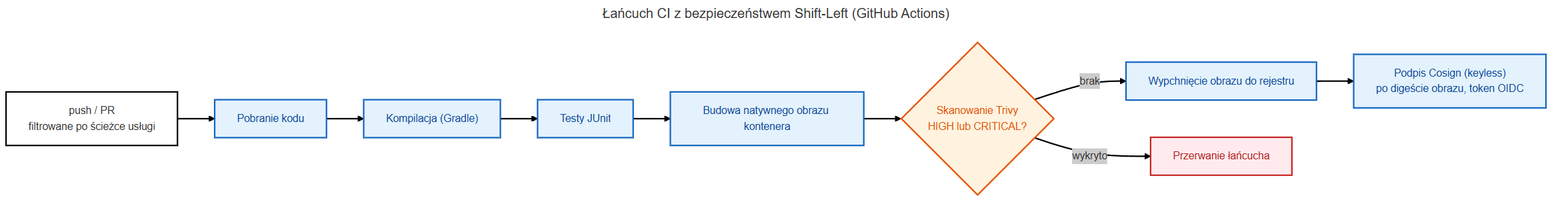
Earlier version of the Mermaid export thesis/img/diagrams/04-build/build-01-ci-pipeline.png (mwas-inz/bsc-devops). Its source is kept beside it as docs/diagrams/04-build/build-01-ci-pipeline.mmd.
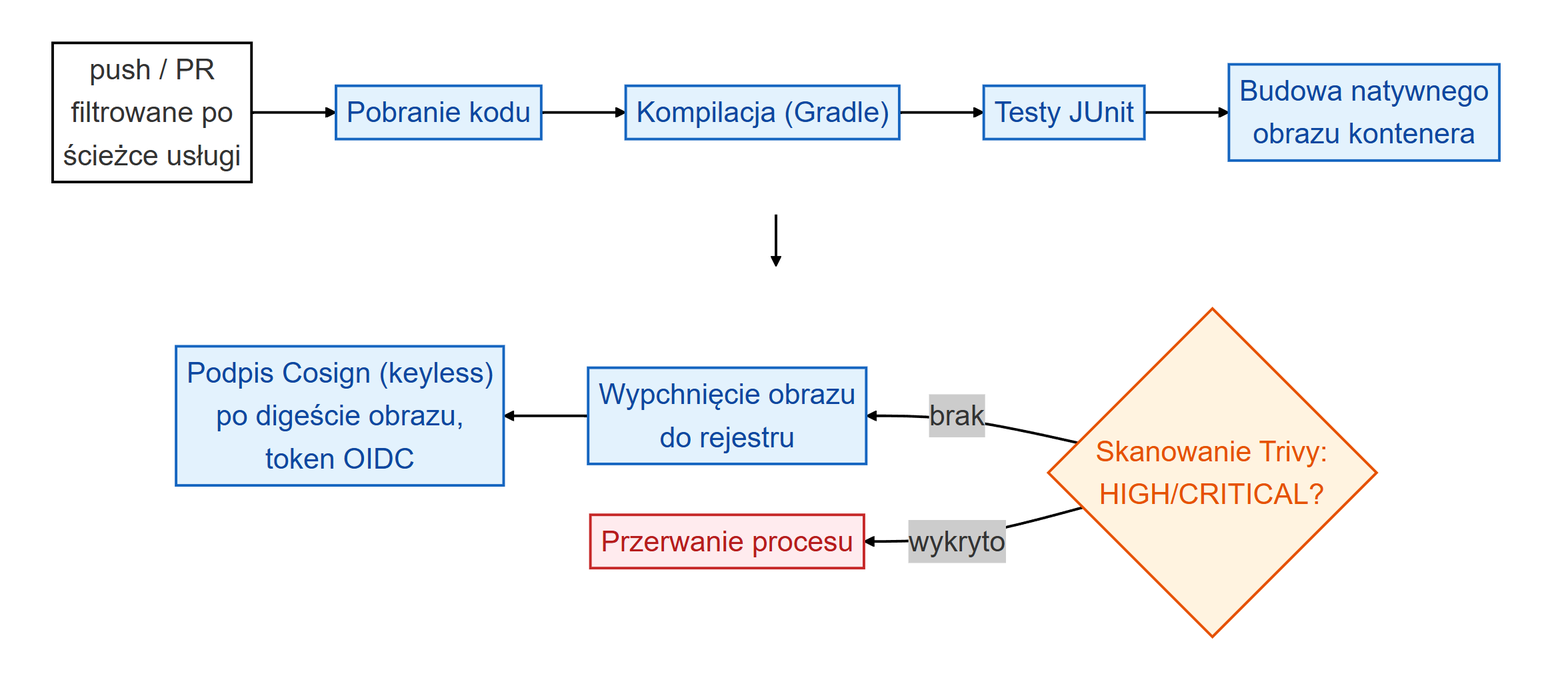
After the change.

Diff of the diagram source:
```diff
@@ -1,26 +1,41 @@
 ---
-title: Łańcuch CI z bezpieczeństwem Shift-Left (GitHub Actions)
 config:
   theme: neo
+  themeVariables:
+    fontSize: 22px
+  flowchart:
+    nodeSpacing: 30
+    rankSpacing: 40
+    padding: 4
+    diagramPadding: 8
+    wrappingWidth: 600
 ---
-flowchart LR
-    trigger["push / PR<br/>filtrowane po ścieżce usługi"]
-    checkout["Pobranie kodu"]
-    compile["Kompilacja (Gradle)"]
-    test["Testy JUnit"]
-    image["Budowa natywnego obrazu kontenera"]
-    scan{"Skanowanie Trivy<br/>HIGH lub CRITICAL?"}
-    sign["Podpis Cosign (keyless)<br/>po digeście obrazu, token OIDC"]
-    push["Wypchnięcie obrazu do rejestru"]
-    fail["Przerwanie łańcucha"]
-
-    trigger --> checkout --> compile --> test --> image --> scan
-    scan -->|brak| push --> sign
-    scan -->|wykryto| fail
+flowchart TB
+    subgraph r1[" "]
+        direction LR
+        trigger["push / PR<br/>filtrowane po<br/>ścieżce usługi"]
+        checkout["Pobranie kodu"]
+        compile["Kompilacja (Gradle)"]
+        test["Testy JUnit"]
+        image["Budowa natywnego<br/>obrazu kontenera"]
+        trigger --> checkout --> compile --> test --> image
+    end
+    subgraph r2[" "]
+        direction RL
+        scan{"Skanowanie Trivy:<br/>HIGH/CRITICAL?"}
+        sign["Podpis Cosign (keyless)<br/>po digeście obrazu,<br/>token OIDC"]
+        push["Wypchnięcie obrazu<br/>do rejestru"]
+        fail["Przerwanie procesu"]
+        scan -->|brak| push --> sign
+        scan -->|wykryto| fail
+    end
+    image --> scan
 
     classDef step fill:#e3f2fd,stroke:#1565c0,color:#0d47a1;
     classDef gate fill:#fff3e0,stroke:#e65100,color:#e65100;
     classDef bad fill:#ffebee,stroke:#c62828,color:#b71c1c;
+    classDef row fill:none,stroke:none;
     class checkout,compile,test,image,sign,push step;
     class scan gate;
     class fail bad;
+    class r1,r2 row;
```
